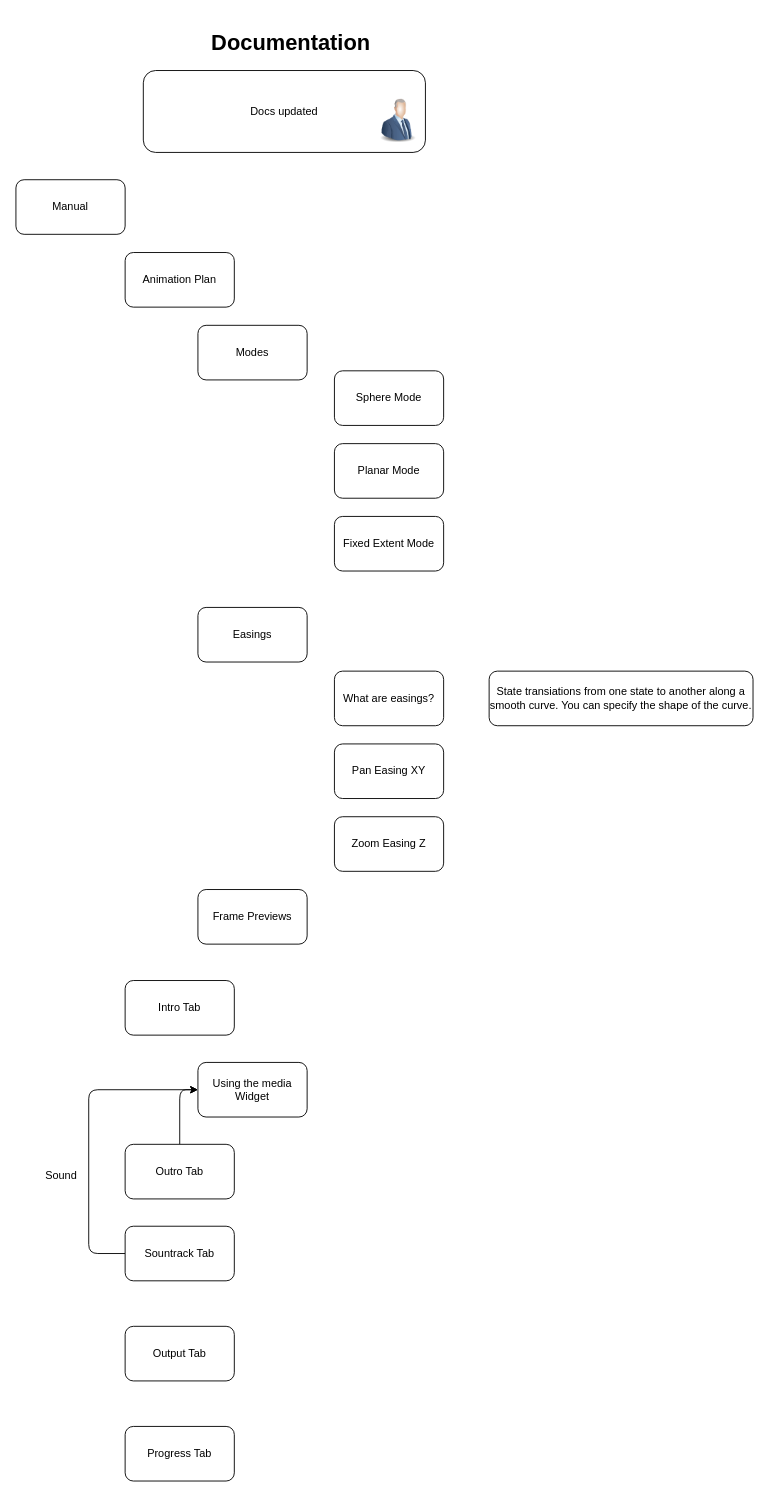
timlinux/QGISAnimationWorkbench keeps this draw.io diagram as page "Manual" (2 of 2) of resources/diagrams/QGISAnimationWorkbenchDiagrams.drawio. Above is the earlier version. Source tidied: cells renumbered, new cells numbered last; positions are measured from the earlier drawing's top-left corner, leaving out a move shared by most shapes. Both pictures are drawn from the tidied source at 91%, with x=0, y=0 at pixel (15, 25).
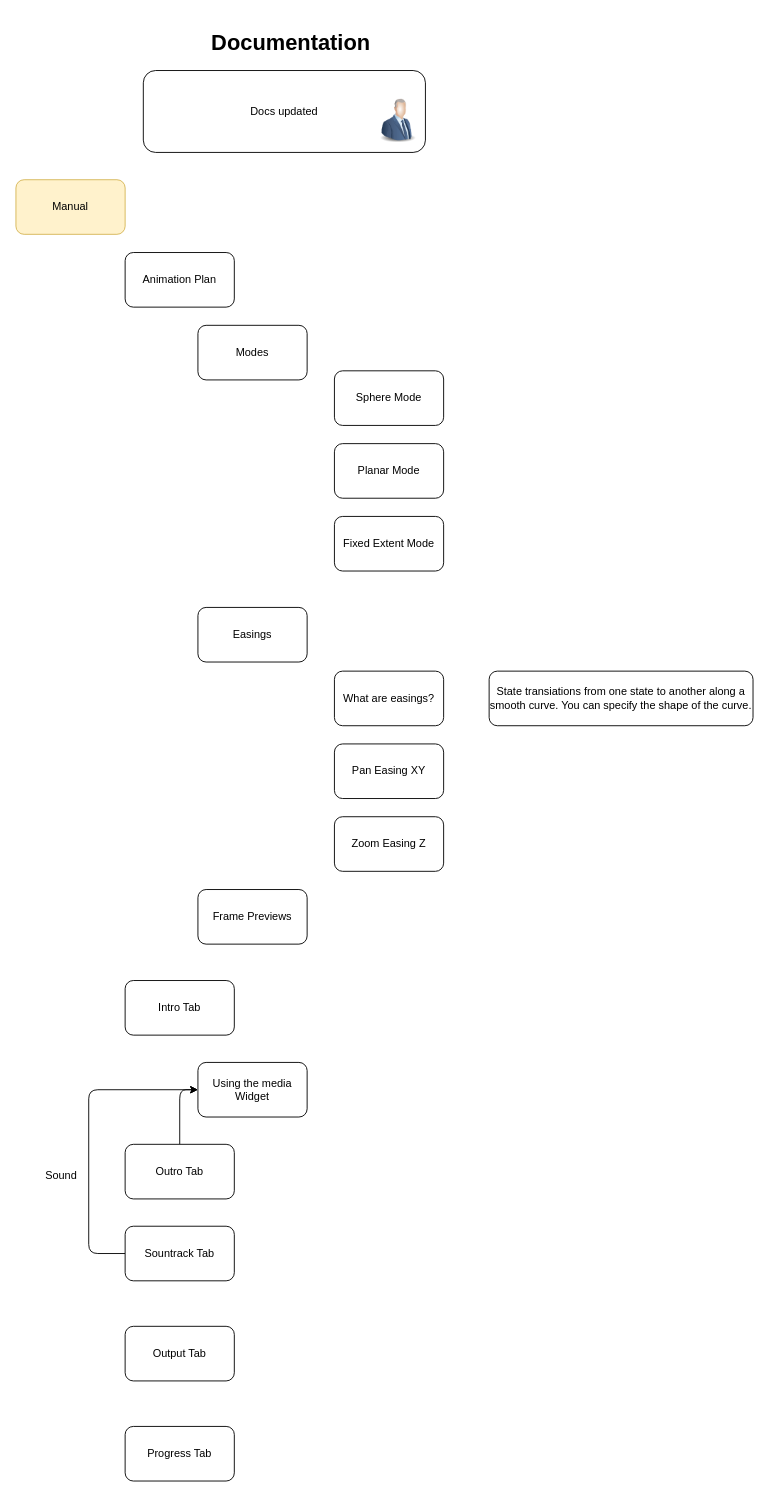
After the change.

The edit, as a diff of the source:
```diff
@@
-    <mxCell id="5" value="Manual" style="rounded=1;whiteSpace=wrap;html=1;" parent="1" vertex="1">
+    <mxCell id="5" value="Manual" style="rounded=1;whiteSpace=wrap;html=1;fillColor=#fff2cc;strokeColor=#d6b656;" parent="1" vertex="1">
       <mxGeometry y="170" width="120" height="60" as="geometry" />
     </mxCell>
```
